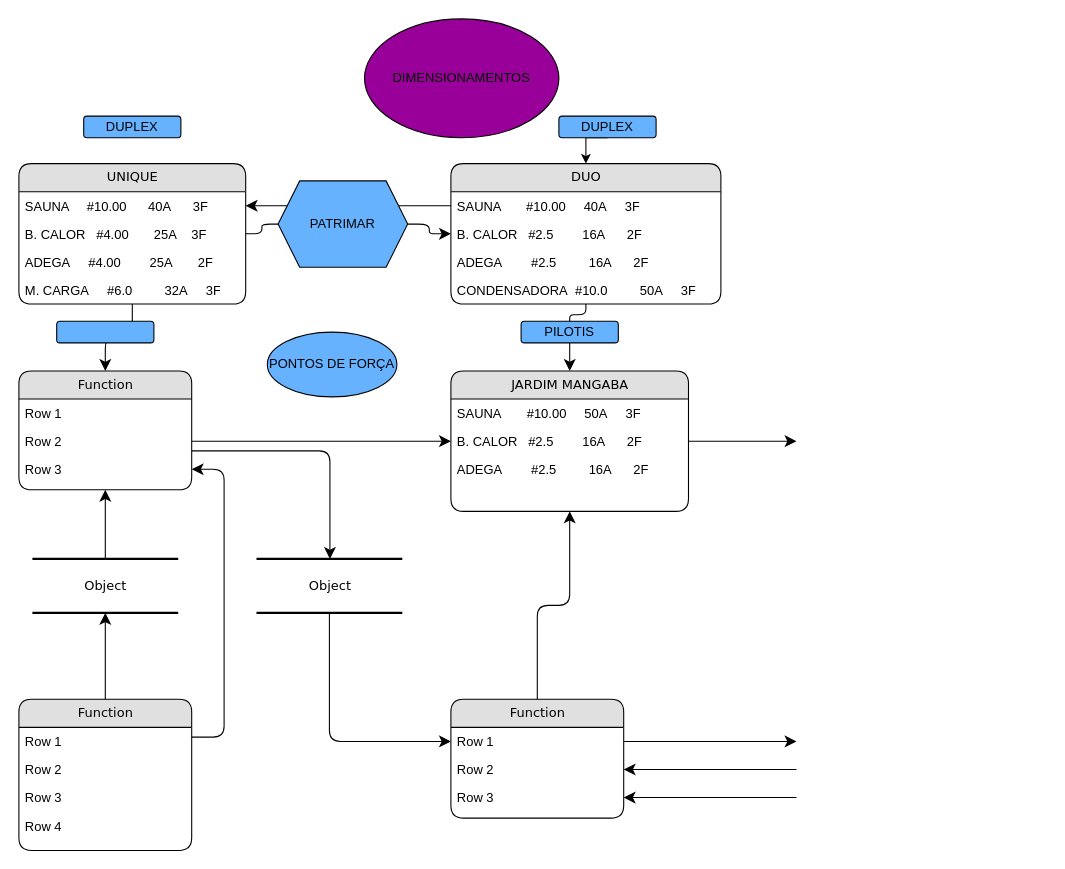
LuizGarcia22/firsttimedream keeps this draw.io diagram as Dimensionamentos.drawio. Above is the earlier version. Source tidied: cells renumbered, new cells numbered last; positions are measured from the earlier drawing's top-left corner, leaving out a move shared by most shapes. Both pictures are drawn from the tidied source at 108%, with x=0, y=0 at pixel (18, 18).
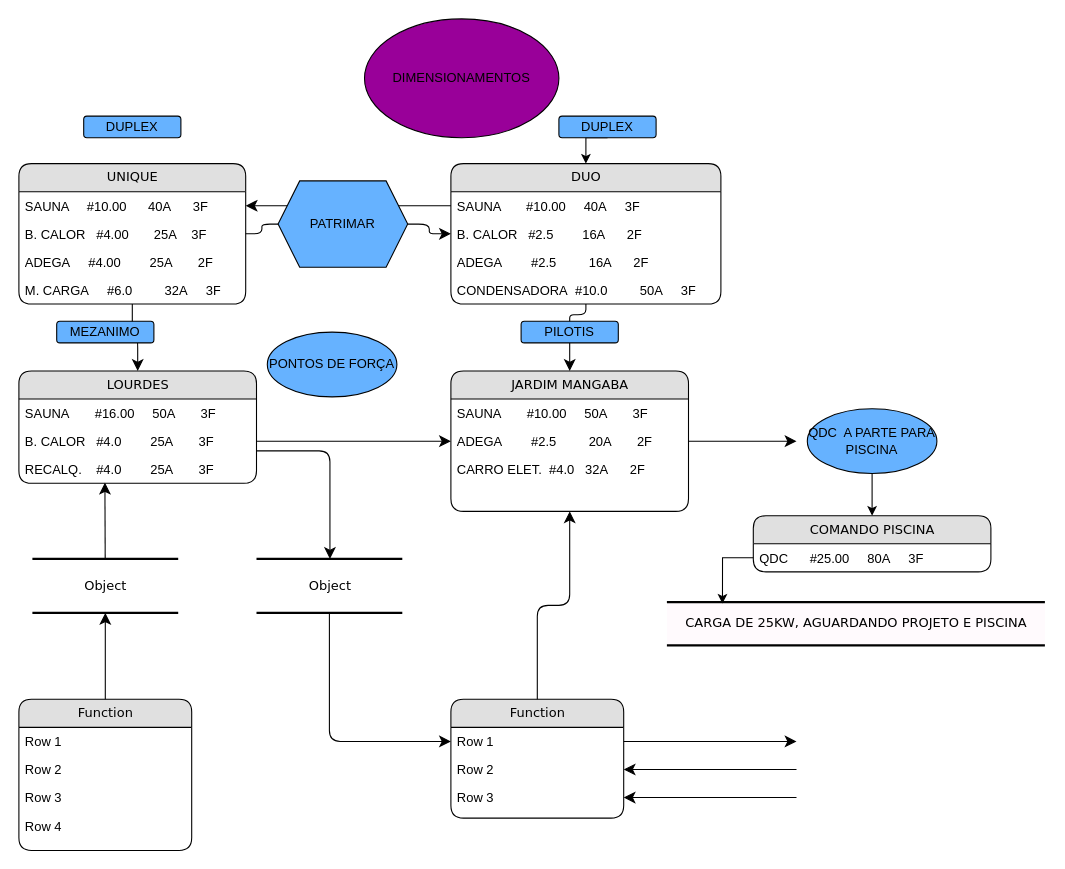
The same page after the edit.

The change refers to these unchanged cells:
```xml
<mxCell id="2" value="Object" style="html=1;rounded=0;shadow=0;comic=0;labelBackgroundColor=none;strokeWidth=2;fontFamily=Verdana;fontSize=12;align=center;shape=mxgraph.ios7ui.horLines;fontColor=#000000;" parent="1" vertex="1">
  <mxGeometry x="12.5" y="500" width="135" height="50" as="geometry" />
</mxCell>
<mxCell id="17" value="Function" style="swimlane;html=1;fontStyle=0;horizontal=1;startSize=26;fillColor=#e0e0e0;swimlaneFillColor=#ffffff;align=center;rounded=1;shadow=0;comic=0;labelBackgroundColor=none;strokeWidth=1;fontFamily=Verdana;fontSize=12;fontColor=#000000;" parent="1" vertex="1">
  <mxGeometry y="630" width="160" height="140" as="geometry" />
</mxCell>
<mxCell id="22" value="JARDIM MANGABA" style="swimlane;html=1;fontStyle=0;horizontal=1;startSize=26;fillColor=#e0e0e0;swimlaneFillColor=#ffffff;align=center;rounded=1;shadow=0;comic=0;labelBackgroundColor=none;strokeWidth=1;fontFamily=Verdana;fontSize=12;fontColor=#000000;" parent="1" vertex="1">
  <mxGeometry x="400" y="326" width="220" height="130" as="geometry" />
</mxCell>
```

What changed in the source:
```diff
@@
-    <mxCell id="13" value="Function" style="swimlane;html=1;fontStyle=0;horizontal=1;startSize=26;fillColor=#e0e0e0;swimlaneFillColor=#ffffff;align=center;rounded=1;shadow=0;comic=0;labelBackgroundColor=none;strokeWidth=1;fontFamily=Verdana;fontSize=12;fontColor=#000000;" parent="1" vertex="1">
-      <mxGeometry y="326" width="160" height="110" as="geometry" />
+    <mxCell id="13" value="LOURDES" style="swimlane;html=1;fontStyle=0;horizontal=1;startSize=26;fillColor=#e0e0e0;swimlaneFillColor=#ffffff;align=center;rounded=1;shadow=0;comic=0;labelBackgroundColor=none;strokeWidth=1;fontFamily=Verdana;fontSize=12;fontColor=#000000;" parent="1" vertex="1">
+      <mxGeometry y="326" width="220" height="104" as="geometry" />
     </mxCell>
-    <mxCell id="14" value="Row 1" style="text;html=1;strokeColor=none;fillColor=none;spacingLeft=4;spacingRight=4;whiteSpace=wrap;overflow=hidden;fontColor=#000000;" parent="13" vertex="1">
-      <mxGeometry y="26" width="160" height="26" as="geometry" />
+    <mxCell id="14" value="SAUNA&amp;nbsp;&amp;nbsp; &amp;nbsp; &amp;nbsp;&amp;nbsp;#16.00&amp;nbsp; &amp;nbsp; &amp;nbsp;50A&amp;nbsp;&amp;nbsp;&amp;nbsp; &amp;nbsp; &amp;nbsp;3F" style="text;html=1;strokeColor=none;fillColor=none;spacingLeft=4;spacingRight=4;whiteSpace=wrap;overflow=hidden;fontColor=#000000;" parent="13" vertex="1">
+      <mxGeometry y="26" width="220" height="26" as="geometry" />
     </mxCell>
-    <mxCell id="15" value="Row 2" style="text;html=1;strokeColor=none;fillColor=none;spacingLeft=4;spacingRight=4;whiteSpace=wrap;overflow=hidden;points=[[0,0.5],[1,0.5]];portConstraint=eastwest;fontColor=#000000;" parent="13" vertex="1">
-      <mxGeometry y="52" width="160" height="26" as="geometry" />
+    <mxCell id="15" value="B. CALOR&amp;nbsp; &amp;nbsp;#4.0&amp;nbsp; &amp;nbsp; &amp;nbsp; &amp;nbsp; 25A&amp;nbsp; &amp;nbsp; &amp;nbsp; &amp;nbsp;3F" style="text;html=1;strokeColor=none;fillColor=none;spacingLeft=4;spacingRight=4;whiteSpace=wrap;overflow=hidden;points=[[0,0.5],[1,0.5]];portConstraint=eastwest;fontColor=#000000;" parent="13" vertex="1">
+      <mxGeometry y="52" width="220" height="26" as="geometry" />
     </mxCell>
-    <mxCell id="16" value="Row 3" style="text;html=1;strokeColor=none;fillColor=none;spacingLeft=4;spacingRight=4;whiteSpace=wrap;overflow=hidden;points=[[0,0.5],[1,0.5]];portConstraint=eastwest;fontColor=#000000;" parent="13" vertex="1">
-      <mxGeometry y="78" width="160" height="26" as="geometry" />
+    <mxCell id="16" value="RECALQ.&amp;nbsp; &amp;nbsp; #4.0&amp;nbsp; &amp;nbsp; &amp;nbsp; &amp;nbsp; 25A&amp;nbsp; &amp;nbsp; &amp;nbsp; &amp;nbsp;3F" style="text;html=1;strokeColor=none;fillColor=none;spacingLeft=4;spacingRight=4;whiteSpace=wrap;overflow=hidden;points=[[0,0.5],[1,0.5]];portConstraint=eastwest;fontColor=#000000;" parent="13" vertex="1">
+      <mxGeometry y="78" width="220" height="26" as="geometry" />
     </mxCell>
@@
-    <mxCell id="23" value="SAUNA&amp;nbsp;&amp;nbsp; &amp;nbsp; &amp;nbsp;&amp;nbsp;#10.00&amp;nbsp; &amp;nbsp; &amp;nbsp;50A&amp;nbsp;&lt;span style=&quot;&quot;&gt; &lt;/span&gt;&amp;nbsp;&amp;nbsp;&amp;nbsp;3F" style="text;html=1;strokeColor=none;fillColor=none;spacingLeft=4;spacingRight=4;whiteSpace=wrap;overflow=hidden;fontColor=#000000;" parent="22" vertex="1">
+    <mxCell id="23" value="SAUNA&amp;nbsp;&amp;nbsp; &amp;nbsp; &amp;nbsp;&amp;nbsp;#10.00&amp;nbsp; &amp;nbsp; &amp;nbsp;50A&amp;nbsp;&lt;span style=&quot;&quot;&gt; &lt;/span&gt;&amp;nbsp; &amp;nbsp; &amp;nbsp;3F" style="text;html=1;strokeColor=none;fillColor=none;spacingLeft=4;spacingRight=4;whiteSpace=wrap;overflow=hidden;fontColor=#000000;" parent="22" vertex="1">
       <mxGeometry y="26" width="220" height="26" as="geometry" />
     </mxCell>
-    <mxCell id="24" value="B. CALOR&amp;nbsp; &amp;nbsp;#2.5&amp;nbsp; &amp;nbsp; &amp;nbsp; &amp;nbsp; 16A&amp;nbsp; &amp;nbsp; &amp;nbsp; 2F" style="text;html=1;strokeColor=none;fillColor=none;spacingLeft=4;spacingRight=4;whiteSpace=wrap;overflow=hidden;points=[[0,0.5],[1,0.5]];portConstraint=eastwest;fontColor=#000000;" parent="22" vertex="1">
-      <mxGeometry y="52" width="220" height="26" as="geometry" />
-    </mxCell>
-    <mxCell id="25" value="ADEGA&amp;nbsp;&amp;nbsp; &amp;nbsp; &amp;nbsp; &amp;nbsp;#2.5&amp;nbsp; &amp;nbsp; &amp;nbsp; &amp;nbsp; &amp;nbsp;16A&amp;nbsp; &amp;nbsp; &amp;nbsp; 2F" style="text;html=1;strokeColor=none;fillColor=none;spacingLeft=4;spacingRight=4;whiteSpace=wrap;overflow=hidden;fontColor=#000000;" parent="22" vertex="1">
-      <mxGeometry y="78" width="220" height="26" as="geometry" />
+    <mxCell id="25" value="ADEGA&amp;nbsp;&amp;nbsp; &amp;nbsp; &amp;nbsp; &amp;nbsp;#2.5&amp;nbsp; &amp;nbsp; &amp;nbsp; &amp;nbsp; &amp;nbsp;20A&amp;nbsp; &amp;nbsp; &amp;nbsp; &amp;nbsp;2F" style="text;html=1;strokeColor=none;fillColor=none;spacingLeft=4;spacingRight=4;whiteSpace=wrap;overflow=hidden;fontColor=#000000;" parent="22" vertex="1">
+      <mxGeometry y="52" width="220" height="26" as="geometry" />
     </mxCell>
+    <mxCell id="56" value="CARRO ELET.&amp;nbsp; #4.0&amp;nbsp; &amp;nbsp;32A&amp;nbsp; &amp;nbsp; &amp;nbsp; 2F" style="text;html=1;strokeColor=none;fillColor=none;spacingLeft=4;spacingRight=4;whiteSpace=wrap;overflow=hidden;fontColor=#000000;" parent="22" vertex="1">
+      <mxGeometry y="78" width="220" height="26" as="geometry" />
+    </mxCell>
+    <mxCell id="57" style="text;html=1;strokeColor=none;fillColor=none;spacingLeft=4;spacingRight=4;whiteSpace=wrap;overflow=hidden;fontColor=#000000;" parent="22" vertex="1">
+      <mxGeometry y="104" width="220" height="26" as="geometry" />
+    </mxCell>
@@
-    <mxCell id="32" style="edgeStyle=none;html=1;labelBackgroundColor=none;startFill=0;startSize=8;endFill=1;endSize=8;fontFamily=Verdana;fontSize=12;fontColor=#000000;" parent="1" edge="1" source="2" target="13">
+    <mxCell id="32" style="edgeStyle=none;html=1;labelBackgroundColor=none;startFill=0;startSize=8;endFill=1;endSize=8;fontFamily=Verdana;fontSize=12;fontColor=#000000;entryX=0.362;entryY=0.977;entryDx=0;entryDy=0;entryPerimeter=0;" parent="1" edge="1" source="2" target="16">
       <mxGeometry relative="1" as="geometry" />
     </mxCell>
-    <mxCell id="33" style="edgeStyle=orthogonalEdgeStyle;html=1;labelBackgroundColor=none;startFill=0;startSize=8;endFill=1;endSize=8;fontFamily=Verdana;fontSize=12;exitX=1;exitY=0.25;entryX=1;entryY=0.5;fontColor=#000000;" parent="1" edge="1" source="17" target="16">
-      <mxGeometry relative="1" as="geometry">
-        <Array as="points">
-          <mxPoint x="190" y="665" />
-          <mxPoint x="190" y="417" />
-        </Array>
-      </mxGeometry>
-    </mxCell>
@@
-    <mxCell id="41" style="edgeStyle=orthogonalEdgeStyle;html=1;exitX=1;exitY=0.5;entryX=0;entryY=0.5;labelBackgroundColor=none;startFill=0;startSize=8;endFill=1;endSize=8;fontFamily=Verdana;fontSize=12;fontColor=#000000;" parent="1" edge="1" source="15" target="24">
-      <mxGeometry relative="1" as="geometry" />
+    <mxCell id="41" style="edgeStyle=orthogonalEdgeStyle;html=1;exitX=1;exitY=0.5;entryX=0;entryY=0.5;labelBackgroundColor=none;startFill=0;startSize=8;endFill=1;endSize=8;fontFamily=Verdana;fontSize=12;fontColor=#000000;" parent="1" edge="1" source="15">
+      <mxGeometry relative="1" as="geometry">
+        <mxPoint x="400" y="391" as="targetPoint" />
+      </mxGeometry>
     </mxCell>
-    <mxCell id="42" style="edgeStyle=orthogonalEdgeStyle;html=1;labelBackgroundColor=none;startFill=0;startSize=8;endFill=1;endSize=8;fontFamily=Verdana;fontSize=12;fontColor=#000000;" parent="1" edge="1" source="24">
+    <mxCell id="42" style="edgeStyle=orthogonalEdgeStyle;html=1;labelBackgroundColor=none;startFill=0;startSize=8;endFill=1;endSize=8;fontFamily=Verdana;fontSize=12;fontColor=#000000;" parent="1" edge="1">
       <mxGeometry relative="1" as="geometry">
+        <mxPoint x="620" y="391" as="sourcePoint" />
         <mxPoint x="720" y="391" as="targetPoint" />
       </mxGeometry>
     </mxCell>
@@
-    <mxCell id="49" style="rounded=1;whiteSpace=wrap;html=1;fontColor=#000000;fillColor=#66B2FF;" parent="1" vertex="1">
+    <mxCell id="49" value="MEZANIMO" style="rounded=1;whiteSpace=wrap;html=1;fontColor=#000000;fillColor=#66B2FF;" parent="1" vertex="1">
       <mxGeometry x="35" y="280" width="90" height="20" as="geometry" />
     </mxCell>
@@
+    <mxCell id="58" style="edgeStyle=orthogonalEdgeStyle;rounded=0;jettySize=auto;html=1;exitX=0.5;exitY=1;exitDx=0;exitDy=0;entryX=0.5;entryY=0;entryDx=0;entryDy=0;fontColor=#000000;" parent="1" edge="1" source="59" target="60">
+      <mxGeometry relative="1" as="geometry" />
+    </mxCell>
+    <mxCell id="59" value="QDC&amp;nbsp; A PARTE PARA PISCINA" style="ellipse;whiteSpace=wrap;html=1;fontColor=#000000;fillColor=#66B2FF;" parent="1" vertex="1">
+      <mxGeometry x="730" y="361" width="120" height="60" as="geometry" />
+    </mxCell>
+    <mxCell id="60" value="COMANDO PISCINA" style="swimlane;html=1;fontStyle=0;horizontal=1;startSize=26;fillColor=#e0e0e0;swimlaneFillColor=#ffffff;align=center;rounded=1;shadow=0;comic=0;labelBackgroundColor=none;strokeWidth=1;fontFamily=Verdana;fontSize=12;fontColor=#000000;" parent="1" vertex="1">
+      <mxGeometry x="680" y="460" width="220" height="52" as="geometry" />
+    </mxCell>
+    <mxCell id="61" value="QDC&amp;nbsp; &amp;nbsp; &amp;nbsp; #25.00&amp;nbsp; &amp;nbsp; &amp;nbsp;80A&amp;nbsp;&lt;span style=&quot;&quot;&gt; &lt;/span&gt;&amp;nbsp;&amp;nbsp;&amp;nbsp;3F" style="text;html=1;strokeColor=none;fillColor=none;spacingLeft=4;spacingRight=4;whiteSpace=wrap;overflow=hidden;points=[[0,0.5],[1,0.5]];portConstraint=eastwest;fontColor=#000000;" parent="60" vertex="1">
+      <mxGeometry y="26" width="220" height="26" as="geometry" />
+    </mxCell>
+    <mxCell id="62" value="CARGA DE 25KW, AGUARDANDO PROJETO E PISCINA" style="html=1;rounded=0;shadow=0;comic=0;labelBackgroundColor=none;strokeWidth=2;fontFamily=Verdana;fontSize=12;align=center;shape=mxgraph.ios7ui.horLines;fontColor=#000000;fillColor=#FFFAFD;" parent="1" vertex="1">
+      <mxGeometry x="600" y="540" width="350" height="40" as="geometry" />
+    </mxCell>
+    <mxCell id="63" style="edgeStyle=orthogonalEdgeStyle;rounded=0;jettySize=auto;html=1;exitX=0;exitY=0.5;exitDx=0;exitDy=0;entryX=0.147;entryY=0.035;entryDx=0;entryDy=0;entryPerimeter=0;fontColor=#000000;" parent="1" edge="1" source="61" target="62">
+      <mxGeometry relative="1" as="geometry" />
+    </mxCell>
```
